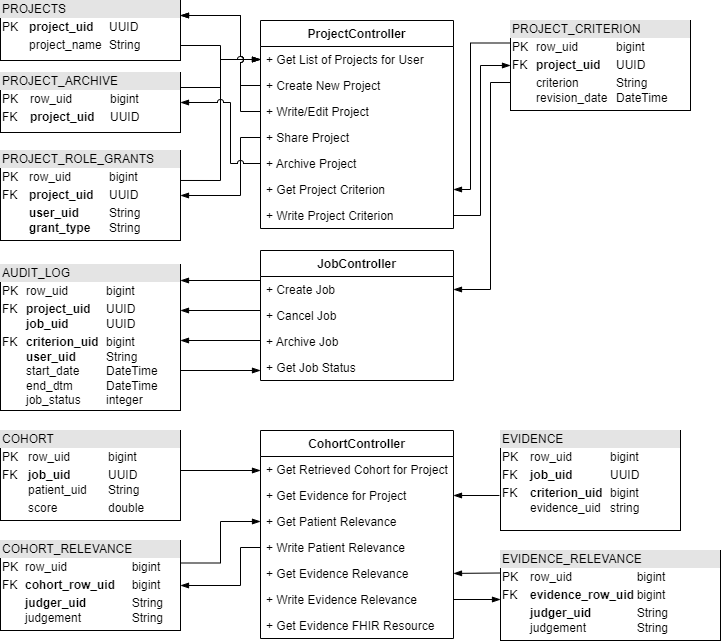
Above: middleware-data.png in OHNLP/impact-documentation (draw.io), before the change. Source tidied: cells renumbered, new cells last; positions are measured from the earlier drawing's top-left corner, leaving out a move shared by most shapes.
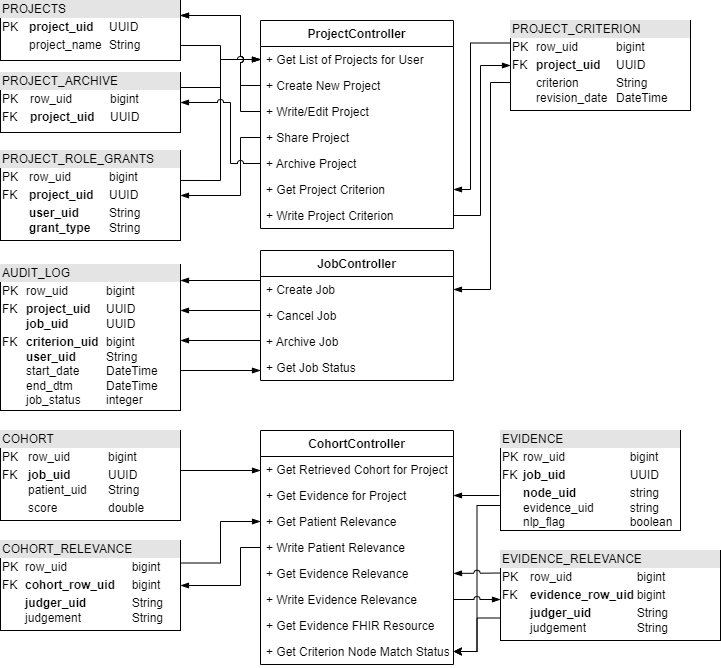
Later version of the same file.

Commit message:
Additional details relating to evidence and criteria management

What changed in the source:
```diff
@@ -174,7 +174,7 @@
       </mxGeometry>
     </mxCell>
     <mxCell id="34" value="CohortController" style="swimlane;fontStyle=1;align=center;verticalAlign=top;horizontal=1;startSize=26;fontColor=#000000;" parent="1" vertex="1">
-      <mxGeometry x="260" y="430" width="193" height="208" as="geometry" />
+      <mxGeometry x="260" y="430" width="193" height="234" as="geometry" />
     </mxCell>
     <mxCell id="35" value="+ Get Retrieved Cohort for Project" style="text;strokeColor=none;fillColor=none;align=left;verticalAlign=top;spacingLeft=4;spacingRight=4;overflow=hidden;fontColor=#000000;" parent="34" vertex="1">
       <mxGeometry y="26" width="193" height="26" as="geometry" />
@@ -197,6 +197,9 @@
     <mxCell id="41" value="+ Get Evidence FHIR Resource " style="text;strokeColor=none;fillColor=none;align=left;verticalAlign=top;spacingLeft=4;spacingRight=4;overflow=hidden;points=[[0,0.5],[1,0.5]];portConstraint=eastwest;fontColor=#000000;" parent="34" vertex="1">
       <mxGeometry y="182" width="193" height="26" as="geometry" />
     </mxCell>
+    <mxCell id="52" value="+ Get Criterion Node Match Status " style="text;strokeColor=none;fillColor=none;align=left;verticalAlign=top;spacingLeft=4;spacingRight=4;overflow=hidden;points=[[0,0.5],[1,0.5]];portConstraint=eastwest;fontColor=#000000;" parent="34" vertex="1">
+      <mxGeometry y="208" width="193" height="26" as="geometry" />
+    </mxCell>
     <mxCell id="42" value="&lt;div style=&quot;box-sizing:border-box;width:100%;background:#e4e4e4;padding:2px;&quot;&gt;COHORT&lt;/div&gt;&lt;table style=&quot;width:100%;font-size:1em;&quot; cellpadding=&quot;2&quot; cellspacing=&quot;0&quot;&gt;&lt;tbody&gt;&lt;tr&gt;&lt;td&gt;PK&lt;/td&gt;&lt;td&gt;row_uid&lt;span style=&quot;white-space: pre;&quot;&gt;&#9;&lt;/span&gt;&lt;span style=&quot;white-space: pre;&quot;&gt;&#9;&lt;/span&gt;bigint&lt;/td&gt;&lt;/tr&gt;&lt;tr&gt;&lt;td&gt;FK&lt;br&gt;&lt;br&gt;&lt;/td&gt;&lt;td&gt;&lt;b&gt;job_uid&lt;/b&gt;&lt;span style=&quot;font-weight: bold; white-space: pre;&quot;&gt;&#9;&lt;/span&gt;&lt;span style=&quot;font-weight: bold; white-space: pre;&quot;&gt;&#9;&lt;/span&gt;UUID&lt;br&gt;patient_uid&lt;span style=&quot;white-space: pre;&quot;&gt;&#9;&lt;/span&gt;String&lt;/td&gt;&lt;/tr&gt;&lt;tr&gt;&lt;td&gt;&lt;br&gt;&lt;/td&gt;&lt;td&gt;score&lt;span style=&quot;white-space: pre;&quot;&gt;&#9;&lt;/span&gt;&lt;span style=&quot;white-space: pre;&quot;&gt;&#9;&lt;/span&gt;double&lt;/td&gt;&lt;/tr&gt;&lt;/tbody&gt;&lt;/table&gt;" style="verticalAlign=top;align=left;overflow=fill;html=1;fontColor=#000000;" parent="1" vertex="1">
       <mxGeometry y="430" width="180" height="90" as="geometry" />
     </mxCell>
@@ -212,7 +215,10 @@
     <mxCell id="44" style="edgeStyle=orthogonalEdgeStyle;rounded=0;jumpStyle=arc;jettySize=auto;html=1;fontColor=#000000;startArrow=none;startFill=0;endArrow=blockThin;endFill=1;entryX=1;entryY=0.5;entryDx=0;entryDy=0;exitX=-0.006;exitY=0.65;exitDx=0;exitDy=0;exitPerimeter=0;" parent="1" edge="1" source="45" target="36">
       <mxGeometry relative="1" as="geometry" />
     </mxCell>
+    <mxCell id="53" style="edgeStyle=orthogonalEdgeStyle;rounded=0;jettySize=auto;html=1;entryX=1;entryY=0.5;entryDx=0;entryDy=0;exitX=0;exitY=0.75;exitDx=0;exitDy=0;" parent="1" edge="1" source="45" target="52">
+      <mxGeometry relative="1" as="geometry" />
+    </mxCell>
-    <mxCell id="45" value="&lt;div style=&quot;box-sizing:border-box;width:100%;background:#e4e4e4;padding:2px;&quot;&gt;EVIDENCE&lt;/div&gt;&lt;table style=&quot;width:100%;font-size:1em;&quot; cellpadding=&quot;2&quot; cellspacing=&quot;0&quot;&gt;&lt;tbody&gt;&lt;tr&gt;&lt;td&gt;PK&lt;/td&gt;&lt;td&gt;row_uid&lt;span style=&quot;white-space: pre;&quot;&gt;&#9;&lt;/span&gt;&lt;span style=&quot;white-space: pre;&quot;&gt;&#9;&lt;/span&gt;bigint&lt;/td&gt;&lt;/tr&gt;&lt;tr&gt;&lt;td&gt;FK&lt;br&gt;&lt;/td&gt;&lt;td&gt;&lt;b&gt;job_uid&lt;/b&gt;&lt;span style=&quot;font-weight: bold; white-space: pre;&quot;&gt;&#9;&lt;/span&gt;&lt;span style=&quot;font-weight: bold; white-space: pre;&quot;&gt;&#9;&lt;/span&gt;UUID&lt;/td&gt;&lt;/tr&gt;&lt;tr&gt;&lt;td&gt;FK&lt;br&gt;&lt;br&gt;&lt;/td&gt;&lt;td&gt;&lt;b&gt;criterion_uid&lt;span style=&quot;white-space: pre;&quot;&gt;&#9;&lt;/span&gt;&lt;/b&gt;bigint&lt;br&gt;evidence_uid&lt;span style=&quot;white-space: pre;&quot;&gt;&#9;&lt;/span&gt;string&lt;/td&gt;&lt;/tr&gt;&lt;/tbody&gt;&lt;/table&gt;" style="verticalAlign=top;align=left;overflow=fill;html=1;fontColor=#000000;" parent="1" vertex="1">
+    <mxCell id="45" value="&lt;div style=&quot;box-sizing:border-box;width:100%;background:#e4e4e4;padding:2px;&quot;&gt;EVIDENCE&lt;/div&gt;&lt;table style=&quot;width:100%;font-size:1em;&quot; cellpadding=&quot;2&quot; cellspacing=&quot;0&quot;&gt;&lt;tbody&gt;&lt;tr&gt;&lt;td&gt;PK&lt;/td&gt;&lt;td&gt;row_uid&lt;span style=&quot;white-space: pre;&quot;&gt;&#9;&lt;/span&gt;&lt;span style=&quot;white-space: pre;&quot;&gt;&#9;&lt;span style=&quot;white-space: pre;&quot;&gt;&#9;&lt;/span&gt;&lt;/span&gt;bigint&lt;/td&gt;&lt;/tr&gt;&lt;tr&gt;&lt;td&gt;FK&lt;br&gt;&lt;/td&gt;&lt;td&gt;&lt;b&gt;job_uid&lt;/b&gt;&lt;span style=&quot;font-weight: bold; white-space: pre;&quot;&gt;&#9;&lt;span style=&quot;white-space: pre;&quot;&gt;&#9;&lt;/span&gt;&lt;/span&gt;&lt;span style=&quot;font-weight: bold; white-space: pre;&quot;&gt;&#9;&lt;/span&gt;UUID&lt;/td&gt;&lt;/tr&gt;&lt;tr&gt;&lt;td&gt;&lt;br&gt;&lt;br&gt;&lt;/td&gt;&lt;td&gt;&lt;b&gt;node_uid&lt;span style=&quot;white-space: pre;&quot;&gt;&#9;&lt;span style=&quot;white-space: pre;&quot;&gt;&#9;&lt;/span&gt;&lt;/span&gt;&lt;/b&gt;string&lt;br&gt;evidence_uid&lt;span style=&quot;white-space: pre;&quot;&gt;&#9;&lt;span style=&quot;white-space: pre;&quot;&gt;&#9;&lt;/span&gt;&lt;/span&gt;string&lt;br&gt;nlp_flag&lt;span style=&quot;white-space: pre;&quot;&gt;&#9;&lt;/span&gt;&lt;span style=&quot;white-space: pre;&quot;&gt;&#9;&lt;/span&gt;&lt;span style=&quot;white-space: pre;&quot;&gt;&#9;&lt;/span&gt;boolean&lt;/td&gt;&lt;/tr&gt;&lt;/tbody&gt;&lt;/table&gt;" style="verticalAlign=top;align=left;overflow=fill;html=1;fontColor=#000000;" parent="1" vertex="1">
       <mxGeometry x="500" y="430" width="180" height="100" as="geometry" />
     </mxCell>
     <mxCell id="46" style="edgeStyle=orthogonalEdgeStyle;rounded=0;jumpStyle=arc;jettySize=auto;html=1;fontColor=#000000;startArrow=none;startFill=0;endArrow=blockThin;endFill=1;entryX=0;entryY=0.5;entryDx=0;entryDy=0;exitX=1;exitY=0.25;exitDx=0;exitDy=0;" parent="1" edge="1" source="47" target="37">
@@ -234,6 +240,9 @@
         </Array>
       </mxGeometry>
     </mxCell>
+    <mxCell id="54" style="edgeStyle=orthogonalEdgeStyle;rounded=0;jettySize=auto;html=1;exitX=0;exitY=0.75;exitDx=0;exitDy=0;entryX=1;entryY=0.5;entryDx=0;entryDy=0;" parent="1" edge="1" source="49" target="52">
+      <mxGeometry relative="1" as="geometry" />
+    </mxCell>
     <mxCell id="49" value="&lt;div style=&quot;box-sizing:border-box;width:100%;background:#e4e4e4;padding:2px;&quot;&gt;EVIDENCE_RELEVANCE&lt;/div&gt;&lt;table style=&quot;width:100%;font-size:1em;&quot; cellpadding=&quot;2&quot; cellspacing=&quot;0&quot;&gt;&lt;tbody&gt;&lt;tr&gt;&lt;td&gt;PK&lt;/td&gt;&lt;td&gt;row_uid&lt;span style=&quot;white-space: pre;&quot;&gt;&#9;&lt;/span&gt;&lt;span style=&quot;white-space: pre;&quot;&gt;&#9;&lt;span style=&quot;white-space: pre;&quot;&gt;&#9;&lt;/span&gt;&lt;/span&gt;bigint&lt;/td&gt;&lt;/tr&gt;&lt;tr&gt;&lt;td&gt;FK&lt;br&gt;&lt;/td&gt;&lt;td&gt;&lt;b&gt;evidence_row_uid&lt;span style=&quot;white-space: pre;&quot;&gt;&#9;&lt;/span&gt;&lt;/b&gt;bigint&lt;/td&gt;&lt;/tr&gt;&lt;tr&gt;&lt;td&gt;&lt;br&gt;&lt;/td&gt;&lt;td&gt;&lt;b&gt;judger_uid&lt;span style=&quot;white-space: pre;&quot;&gt;&#9;&lt;span style=&quot;white-space: pre;&quot;&gt;&#9;&lt;/span&gt;&lt;/span&gt;&lt;/b&gt;String&lt;br&gt;judgement&lt;span style=&quot;white-space: pre;&quot;&gt;&#9;&lt;span style=&quot;white-space: pre;&quot;&gt;&#9;&lt;/span&gt;&lt;/span&gt;String&lt;/td&gt;&lt;/tr&gt;&lt;/tbody&gt;&lt;/table&gt;" style="verticalAlign=top;align=left;overflow=fill;html=1;fontColor=#000000;" parent="1" vertex="1">
       <mxGeometry x="500" y="550" width="220" height="90" as="geometry" />
     </mxCell>
```
